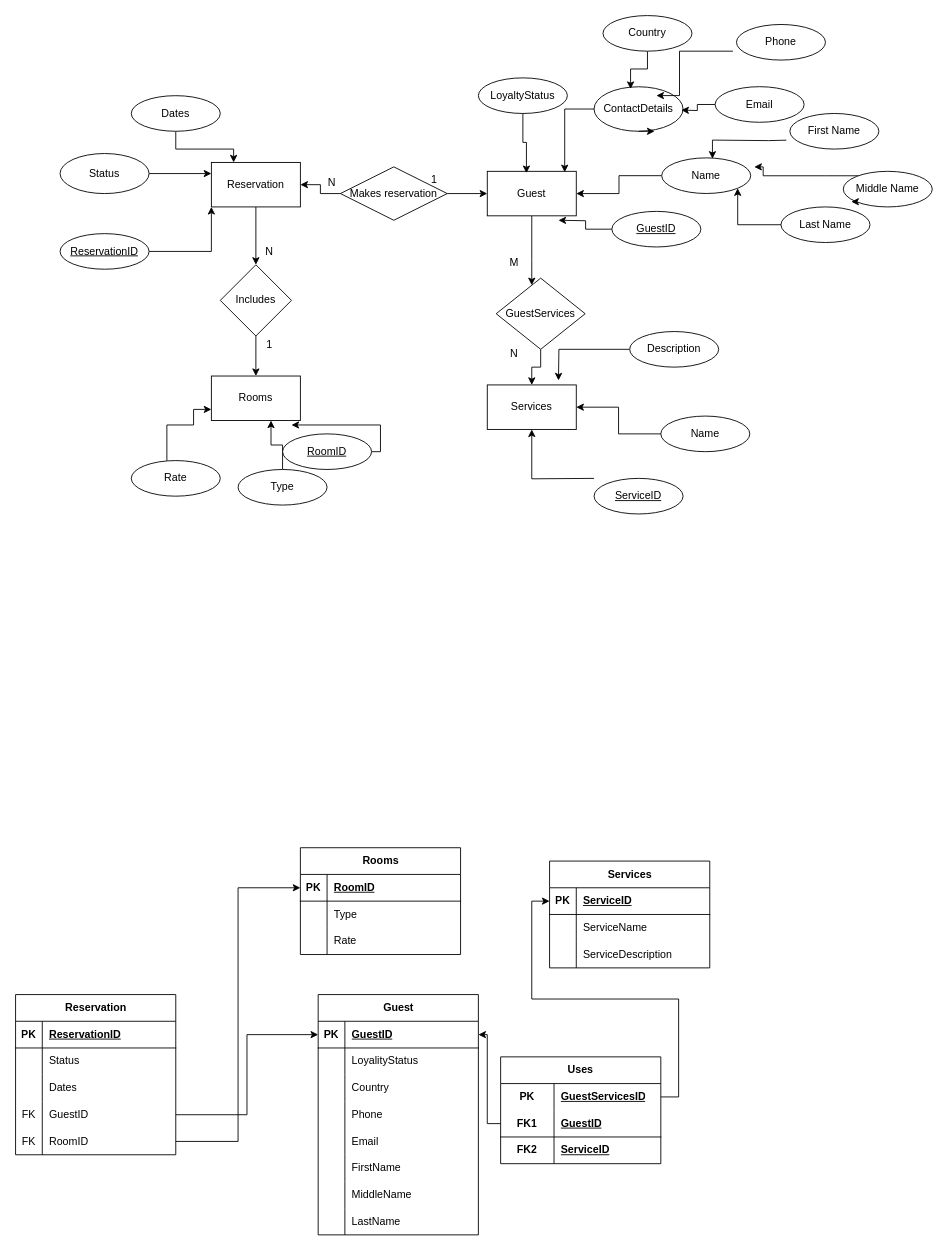
The draw.io diagram dbProject.drawio in Ermiopia2034/MicroLink, before the edit. Source tidied: cells renumbered, new cells numbered last; positions are measured from the earlier drawing's top-left corner, leaving out a move shared by most shapes. Both pictures are drawn from the tidied source at 89%, with x=0, y=0 at pixel (15, 15).
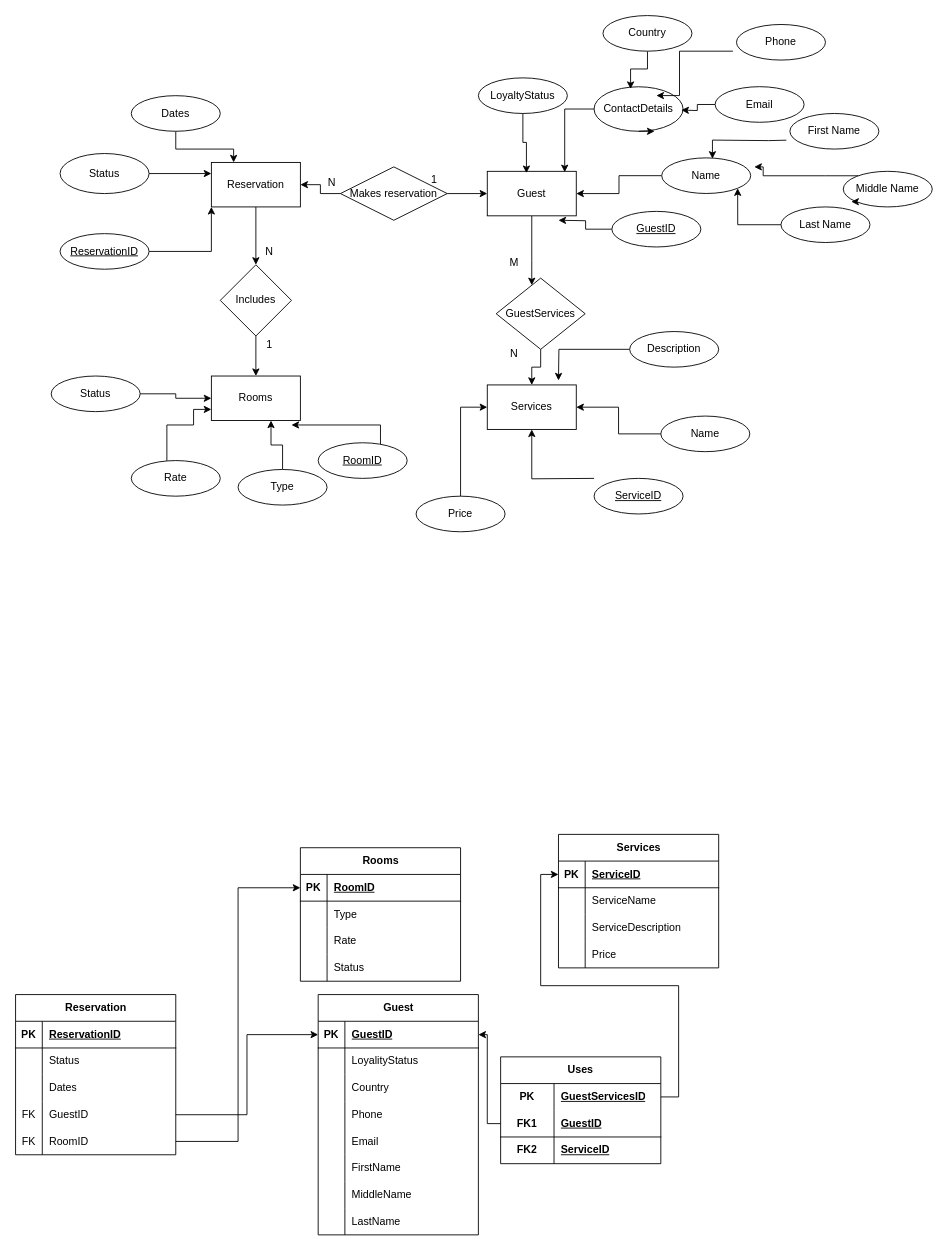
After the change.

Unchanged cells that the change refers to:
```xml
<mxCell id="4" value="Services" style="whiteSpace=wrap;html=1;align=center;" parent="1" vertex="1">
  <mxGeometry x="530" y="415" width="100" height="50" as="geometry" />
</mxCell>
<mxCell id="7" value="Rooms" style="whiteSpace=wrap;html=1;align=center;" parent="1" vertex="1">
  <mxGeometry x="220" y="405" width="100" height="50" as="geometry" />
</mxCell>
```

What changed in the source:
```diff
@@
     <mxCell id="60" value="RoomID" style="ellipse;whiteSpace=wrap;html=1;align=center;fontStyle=4;" parent="1" vertex="1">
-      <mxGeometry x="300" y="470" width="100" height="40" as="geometry" />
+      <mxGeometry x="340" y="480" width="100" height="40" as="geometry" />
     </mxCell>
@@
     <mxCell id="77" value="Rooms" style="shape=table;startSize=30;childLayout=tableLayout;rowLines=0;fontStyle=1;align=center;html=1;" parent="1" vertex="1">
-      <mxGeometry x="320" y="935" width="180" height="120" as="geometry" />
+      <mxGeometry x="320" y="935" width="180" height="150" as="geometry" />
     </mxCell>
@@
+    <mxCell id="136" style="shape=tableRow;horizontal=0;startSize=0;swimlaneHead=0;swimlaneBody=0;fillColor=none;top=0;left=0;right=0;bottom=0;" parent="77" vertex="1">
+      <mxGeometry y="120" width="180" height="30" as="geometry" />
+    </mxCell>
+    <mxCell id="137" style="shape=partialRectangle;fillColor=none;top=0;left=0;bottom=0;right=0;overflow=hidden;whiteSpace=wrap;html=1;" parent="136" vertex="1">
+      <mxGeometry width="30" height="30" as="geometry" />
+    </mxCell>
+    <mxCell id="138" value="Status" style="shape=partialRectangle;fillColor=none;top=0;left=0;bottom=0;right=0;align=left;spacingLeft=6;overflow=hidden;whiteSpace=wrap;html=1;" parent="136" vertex="1">
+      <mxGeometry x="30" width="150" height="30" as="geometry" />
+    </mxCell>
@@
     <mxCell id="112" value="Services" style="shape=table;startSize=30;childLayout=tableLayout;rowLines=0;fontStyle=1;align=center;html=1;" parent="1" vertex="1">
-      <mxGeometry x="600" y="950" width="180" height="120" as="geometry" />
+      <mxGeometry x="610" y="920" width="180" height="150" as="geometry" />
     </mxCell>
@@
+    <mxCell id="139" style="shape=tableRow;horizontal=0;startSize=0;swimlaneHead=0;swimlaneBody=0;fillColor=none;top=0;left=0;right=0;bottom=0;" parent="112" vertex="1">
+      <mxGeometry y="120" width="180" height="30" as="geometry" />
+    </mxCell>
+    <mxCell id="140" style="shape=partialRectangle;fillColor=none;top=0;left=0;bottom=0;right=0;overflow=hidden;whiteSpace=wrap;html=1;" parent="139" vertex="1">
+      <mxGeometry width="30" height="30" as="geometry" />
+    </mxCell>
+    <mxCell id="141" value="Price" style="shape=partialRectangle;fillColor=none;top=0;left=0;bottom=0;right=0;align=left;spacingLeft=6;overflow=hidden;whiteSpace=wrap;html=1;" parent="139" vertex="1">
+      <mxGeometry x="30" width="150" height="30" as="geometry" />
+    </mxCell>
@@
+    <mxCell id="142" style="edgeStyle=orthogonalEdgeStyle;rounded=0;jettySize=auto;html=1;entryX=0;entryY=0.5;entryDx=0;entryDy=0;" parent="1" edge="1" source="143" target="4">
+      <mxGeometry relative="1" as="geometry" />
+    </mxCell>
+    <mxCell id="143" value="Price" style="ellipse;whiteSpace=wrap;html=1;align=center;" parent="1" vertex="1">
+      <mxGeometry x="450" y="540" width="100" height="40" as="geometry" />
+    </mxCell>
+    <mxCell id="144" style="edgeStyle=orthogonalEdgeStyle;rounded=0;jettySize=auto;html=1;" parent="1" edge="1" source="145" target="7">
+      <mxGeometry relative="1" as="geometry" />
+    </mxCell>
+    <mxCell id="145" value="Status" style="ellipse;whiteSpace=wrap;html=1;align=center;" parent="1" vertex="1">
+      <mxGeometry x="40" y="405" width="100" height="40" as="geometry" />
+    </mxCell>
```
